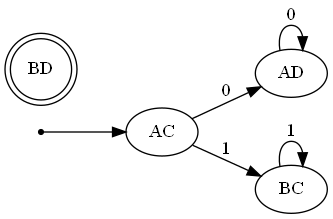
The Graphviz diagram View/Digraph.gv.png in ShiomeDiaz/Automatas, before a commit. Its source is kept beside it as View/Digraph.gv.
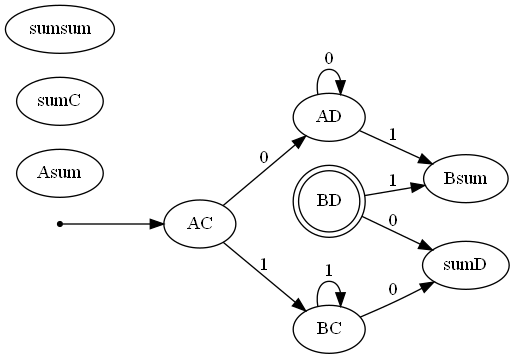
Above is the later version.

Diff of the diagram source:
```diff
@@ -4,10 +4,19 @@
 	AC
 	ini -> AC
 	AD
+	Asum
 	BC
 	BD [shape=doublecircle]
+	Bsum
+	sumC
+	sumD
+	sumsum
 	AC -> BC [label=1]
 	AC -> AD [label=0]
+	AD -> Bsum [label=1]
 	AD -> AD [label=0]
 	BC -> BC [label=1]
+	BC -> sumD [label=0]
+	BD -> Bsum [label=1]
+	BD -> sumD [label=0]
 }
```
